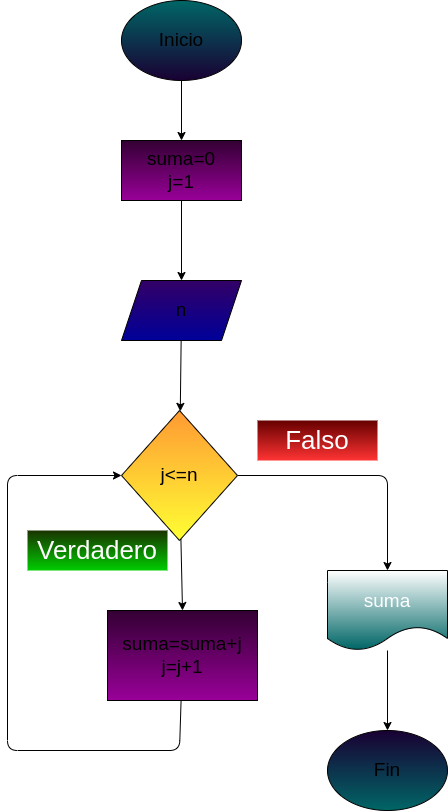
This is ejercicio4_nmultiplos5/diagrama.png from juanomanino/cliclo_while_python, a draw.io export, as it was before one commit. Source tidied: cells renumbered, new cells last; positions are measured from the earlier drawing's top-left corner, leaving out a move shared by most shapes. Its diagram source:
```xml
<mxGraphModel>
  <root>
    <mxCell id="0" />
    <mxCell id="1" parent="0" />
    <mxCell id="2" style="edgeStyle=none;html=1;fontSize=19;" parent="1" edge="1" source="3" target="6">
      <mxGeometry relative="1" as="geometry" />
    </mxCell>
    <mxCell id="3" value="Inicio" style="ellipse;whiteSpace=wrap;html=1;fontSize=19;gradientColor=#190033;fillColor=#006666;" parent="1" vertex="1">
      <mxGeometry x="114" width="120" height="80" as="geometry" />
    </mxCell>
    <mxCell id="4" value="Fin" style="ellipse;whiteSpace=wrap;html=1;fontSize=19;gradientColor=#006666;fillColor=#190033;" parent="1" vertex="1">
      <mxGeometry x="320" y="730" width="120" height="80" as="geometry" />
    </mxCell>
    <mxCell id="5" style="edgeStyle=none;html=1;fontSize=19;" parent="1" edge="1" source="6" target="8">
      <mxGeometry relative="1" as="geometry" />
    </mxCell>
    <mxCell id="6" value="suma=0&lt;br&gt;j=1" style="rounded=0;whiteSpace=wrap;html=1;fontSize=19;fillColor=#330033;gradientColor=#990099;" parent="1" vertex="1">
      <mxGeometry x="114" y="140" width="120" height="60" as="geometry" />
    </mxCell>
    <mxCell id="7" style="edgeStyle=none;html=1;fontSize=19;" parent="1" edge="1" source="8" target="11">
      <mxGeometry relative="1" as="geometry" />
    </mxCell>
    <mxCell id="8" value="n" style="shape=parallelogram;perimeter=parallelogramPerimeter;whiteSpace=wrap;html=1;fixedSize=1;fontSize=19;fillColor=#330066;rounded=0;gradientColor=#000099;" parent="1" vertex="1">
      <mxGeometry x="114" y="280" width="120" height="60" as="geometry" />
    </mxCell>
    <mxCell id="9" style="edgeStyle=none;html=1;entryX=0.5;entryY=0;entryDx=0;entryDy=0;fontSize=19;fontColor=#000000;" parent="1" edge="1" source="11" target="13">
      <mxGeometry relative="1" as="geometry" />
    </mxCell>
    <mxCell id="10" style="edgeStyle=none;html=1;fontSize=19;fontColor=#000000;entryX=0.5;entryY=0;entryDx=0;entryDy=0;" parent="1" edge="1" source="11" target="16">
      <mxGeometry relative="1" as="geometry">
        <Array as="points">
          <mxPoint x="380" y="475" />
        </Array>
      </mxGeometry>
    </mxCell>
    <mxCell id="11" value="&lt;font color=&quot;#000000&quot;&gt;j&amp;lt;=n&lt;/font&gt;" style="rhombus;whiteSpace=wrap;html=1;fontSize=19;fillColor=#FF9933;rounded=0;gradientColor=#FFFF33;" parent="1" vertex="1">
      <mxGeometry x="114" y="410" width="116" height="130" as="geometry" />
    </mxCell>
    <mxCell id="12" style="edgeStyle=none;html=1;fontSize=19;fontColor=#000000;entryX=0;entryY=0.5;entryDx=0;entryDy=0;" parent="1" edge="1" source="13" target="11">
      <mxGeometry relative="1" as="geometry">
        <Array as="points">
          <mxPoint x="172" y="750" />
          <mxPoint y="750" />
          <mxPoint y="475" />
        </Array>
      </mxGeometry>
    </mxCell>
    <mxCell id="13" value="suma=suma+j&lt;br&gt;j=j+1" style="rounded=0;whiteSpace=wrap;html=1;fontSize=19;fillColor=#330033;gradientColor=#990099;" parent="1" vertex="1">
      <mxGeometry x="100" y="610" width="150" height="90" as="geometry" />
    </mxCell>
    <mxCell id="14" value="&lt;font color=&quot;#ffffff&quot; style=&quot;font-size: 26px&quot;&gt;Falso&lt;/font&gt;" style="text;html=1;strokeColor=none;fillColor=#660000;align=center;verticalAlign=middle;whiteSpace=wrap;rounded=0;fontSize=19;fontColor=#000000;gradientColor=#FF3333;" parent="1" vertex="1">
      <mxGeometry x="250" y="420" width="120" height="40" as="geometry" />
    </mxCell>
    <mxCell id="15" style="edgeStyle=none;html=1;entryX=0.5;entryY=0;entryDx=0;entryDy=0;fontSize=19;fontColor=#FFFFFF;" parent="1" edge="1" source="16" target="4">
      <mxGeometry relative="1" as="geometry" />
    </mxCell>
    <mxCell id="16" value="&lt;font style=&quot;font-size: 19px&quot;&gt;suma&lt;/font&gt;" style="shape=document;whiteSpace=wrap;html=1;boundedLbl=1;fontSize=26;fontColor=#FFFFFF;fillColor=default;gradientColor=#006666;strokeColor=default;" parent="1" vertex="1">
      <mxGeometry x="320" y="570" width="120" height="80" as="geometry" />
    </mxCell>
    <mxCell id="17" value="&lt;font color=&quot;#ffffff&quot; style=&quot;font-size: 26px&quot;&gt;Verdadero&lt;/font&gt;" style="text;html=1;strokeColor=none;fillColor=#1A3300;align=center;verticalAlign=middle;whiteSpace=wrap;rounded=0;fontSize=19;fontColor=#000000;gradientColor=#00CC00;" parent="1" vertex="1">
      <mxGeometry x="20" y="530" width="140" height="40" as="geometry" />
    </mxCell>
  </root>
</mxGraphModel>
```
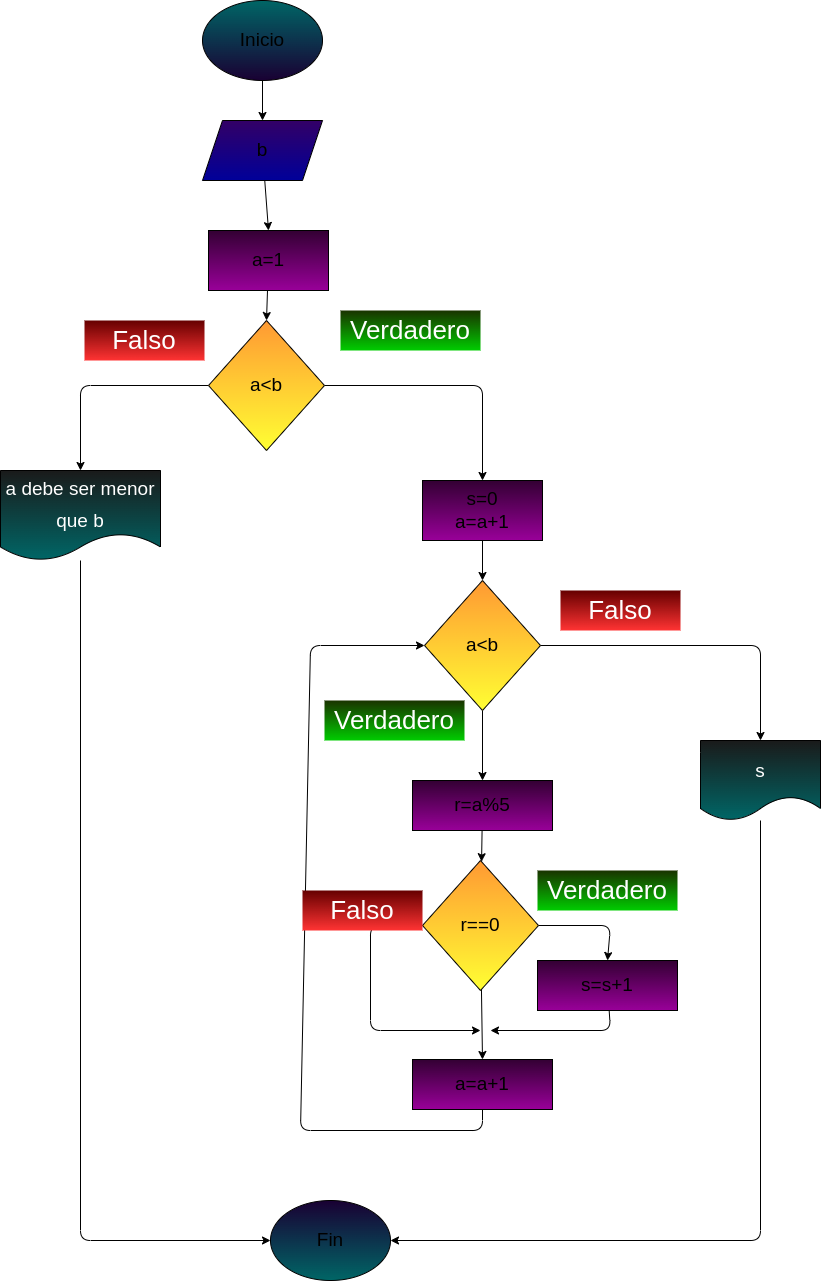
After the commit.

Diff of the diagram source:
```diff
@@ -2,26 +2,25 @@
   <root>
     <mxCell id="0" />
     <mxCell id="1" parent="0" />
-    <mxCell id="2" style="edgeStyle=none;html=1;fontSize=19;" parent="1" edge="1" source="3" target="6">
-      <mxGeometry relative="1" as="geometry" />
-    </mxCell>
+    <mxCell id="18" style="edgeStyle=none;html=1;entryX=0.5;entryY=0;entryDx=0;entryDy=0;" parent="1" edge="1" source="3" target="8">
+      <mxGeometry relative="1" as="geometry" />
+    </mxCell>
     <mxCell id="3" value="Inicio" style="ellipse;whiteSpace=wrap;html=1;fontSize=19;gradientColor=#190033;fillColor=#006666;" parent="1" vertex="1">
-      <mxGeometry x="114" width="120" height="80" as="geometry" />
+      <mxGeometry x="112" y="-50" width="120" height="80" as="geometry" />
     </mxCell>
     <mxCell id="4" value="Fin" style="ellipse;whiteSpace=wrap;html=1;fontSize=19;gradientColor=#006666;fillColor=#190033;" parent="1" vertex="1">
-      <mxGeometry x="320" y="730" width="120" height="80" as="geometry" />
+      <mxGeometry x="180" y="1150" width="120" height="80" as="geometry" />
     </mxCell>
-    <mxCell id="5" style="edgeStyle=none;html=1;fontSize=19;" parent="1" edge="1" source="6" target="8">
-      <mxGeometry relative="1" as="geometry" />
-    </mxCell>
-    <mxCell id="6" value="suma=0&lt;br&gt;j=1" style="rounded=0;whiteSpace=wrap;html=1;fontSize=19;fillColor=#330033;gradientColor=#990099;" parent="1" vertex="1">
-      <mxGeometry x="114" y="140" width="120" height="60" as="geometry" />
-    </mxCell>
-    <mxCell id="7" style="edgeStyle=none;html=1;fontSize=19;" parent="1" edge="1" source="8" target="11">
-      <mxGeometry relative="1" as="geometry" />
-    </mxCell>
+    <mxCell id="19" style="edgeStyle=none;html=1;startArrow=none;" parent="1" edge="1" source="41">
+      <mxGeometry relative="1" as="geometry">
+        <mxPoint x="175.2" y="221.4" as="targetPoint" />
+      </mxGeometry>
+    </mxCell>
+    <mxCell id="20" style="edgeStyle=none;html=1;entryX=0.5;entryY=0;entryDx=0;entryDy=0;" parent="1" edge="1" source="8" target="41">
+      <mxGeometry relative="1" as="geometry" />
+    </mxCell>
-    <mxCell id="8" value="n" style="shape=parallelogram;perimeter=parallelogramPerimeter;whiteSpace=wrap;html=1;fixedSize=1;fontSize=19;fillColor=#330066;rounded=0;gradientColor=#000099;" parent="1" vertex="1">
-      <mxGeometry x="114" y="280" width="120" height="60" as="geometry" />
+    <mxCell id="8" value="b" style="shape=parallelogram;perimeter=parallelogramPerimeter;whiteSpace=wrap;html=1;fixedSize=1;fontSize=19;fillColor=#330066;rounded=0;gradientColor=#000099;" parent="1" vertex="1">
+      <mxGeometry x="112" y="70" width="120" height="60" as="geometry" />
     </mxCell>
     <mxCell id="9" style="edgeStyle=none;html=1;entryX=0.5;entryY=0;entryDx=0;entryDy=0;fontSize=19;fontColor=#000000;" parent="1" edge="1" source="11" target="13">
       <mxGeometry relative="1" as="geometry" />
@@ -29,36 +28,130 @@
     <mxCell id="10" style="edgeStyle=none;html=1;fontSize=19;fontColor=#000000;entryX=0.5;entryY=0;entryDx=0;entryDy=0;" parent="1" edge="1" source="11" target="16">
       <mxGeometry relative="1" as="geometry">
         <Array as="points">
-          <mxPoint x="380" y="475" />
+          <mxPoint x="670" y="595" />
         </Array>
       </mxGeometry>
     </mxCell>
-    <mxCell id="11" value="&lt;font color=&quot;#000000&quot;&gt;j&amp;lt;=n&lt;/font&gt;" style="rhombus;whiteSpace=wrap;html=1;fontSize=19;fillColor=#FF9933;rounded=0;gradientColor=#FFFF33;" parent="1" vertex="1">
-      <mxGeometry x="114" y="410" width="116" height="130" as="geometry" />
+    <mxCell id="11" value="&lt;font color=&quot;#000000&quot;&gt;a&amp;lt;b&lt;/font&gt;" style="rhombus;whiteSpace=wrap;html=1;fontSize=19;fillColor=#FF9933;rounded=0;gradientColor=#FFFF33;" parent="1" vertex="1">
+      <mxGeometry x="334" y="530" width="116" height="130" as="geometry" />
     </mxCell>
-    <mxCell id="12" style="edgeStyle=none;html=1;fontSize=19;fontColor=#000000;entryX=0;entryY=0.5;entryDx=0;entryDy=0;" parent="1" edge="1" source="13" target="11">
+    <mxCell id="12" style="edgeStyle=none;html=1;fontSize=19;fontColor=#000000;entryX=0;entryY=0.5;entryDx=0;entryDy=0;exitX=0.5;exitY=1;exitDx=0;exitDy=0;" parent="1" edge="1" source="35" target="11">
       <mxGeometry relative="1" as="geometry">
         <Array as="points">
-          <mxPoint x="172" y="750" />
-          <mxPoint y="750" />
-          <mxPoint y="475" />
+          <mxPoint x="392" y="1080" />
+          <mxPoint x="210" y="1080" />
+          <mxPoint x="220" y="595" />
         </Array>
       </mxGeometry>
     </mxCell>
+    <mxCell id="21" style="edgeStyle=none;html=1;" parent="1" edge="1" source="13" target="34">
+      <mxGeometry relative="1" as="geometry" />
+    </mxCell>
-    <mxCell id="13" value="suma=suma+j&lt;br&gt;j=j+1" style="rounded=0;whiteSpace=wrap;html=1;fontSize=19;fillColor=#330033;gradientColor=#990099;" parent="1" vertex="1">
-      <mxGeometry x="100" y="610" width="150" height="90" as="geometry" />
+    <mxCell id="13" value="r=a%5" style="rounded=0;whiteSpace=wrap;html=1;fontSize=19;fillColor=#330033;gradientColor=#990099;" parent="1" vertex="1">
+      <mxGeometry x="322" y="730" width="140" height="50" as="geometry" />
     </mxCell>
     <mxCell id="14" value="&lt;font color=&quot;#ffffff&quot; style=&quot;font-size: 26px&quot;&gt;Falso&lt;/font&gt;" style="text;html=1;strokeColor=none;fillColor=#660000;align=center;verticalAlign=middle;whiteSpace=wrap;rounded=0;fontSize=19;fontColor=#000000;gradientColor=#FF3333;" parent="1" vertex="1">
-      <mxGeometry x="250" y="420" width="120" height="40" as="geometry" />
+      <mxGeometry x="470" y="540" width="120" height="40" as="geometry" />
     </mxCell>
-    <mxCell id="15" style="edgeStyle=none;html=1;entryX=0.5;entryY=0;entryDx=0;entryDy=0;fontSize=19;fontColor=#FFFFFF;" parent="1" edge="1" source="16" target="4">
-      <mxGeometry relative="1" as="geometry" />
+    <mxCell id="15" style="edgeStyle=none;html=1;entryX=1;entryY=0.5;entryDx=0;entryDy=0;fontSize=19;fontColor=#FFFFFF;" parent="1" edge="1" source="16" target="4">
+      <mxGeometry relative="1" as="geometry">
+        <Array as="points">
+          <mxPoint x="670" y="1190" />
+        </Array>
+      </mxGeometry>
     </mxCell>
-    <mxCell id="16" value="&lt;font style=&quot;font-size: 19px&quot;&gt;suma&lt;/font&gt;" style="shape=document;whiteSpace=wrap;html=1;boundedLbl=1;fontSize=26;fontColor=#FFFFFF;fillColor=default;gradientColor=#006666;strokeColor=default;" parent="1" vertex="1">
-      <mxGeometry x="320" y="570" width="120" height="80" as="geometry" />
+    <mxCell id="16" value="&lt;font style=&quot;font-size: 19px&quot;&gt;s&lt;/font&gt;" style="shape=document;whiteSpace=wrap;html=1;boundedLbl=1;fontSize=26;fontColor=#FFFFFF;fillColor=#1A1A1A;gradientColor=#006666;strokeColor=default;" parent="1" vertex="1">
+      <mxGeometry x="610" y="690" width="120" height="80" as="geometry" />
     </mxCell>
     <mxCell id="17" value="&lt;font color=&quot;#ffffff&quot; style=&quot;font-size: 26px&quot;&gt;Verdadero&lt;/font&gt;" style="text;html=1;strokeColor=none;fillColor=#1A3300;align=center;verticalAlign=middle;whiteSpace=wrap;rounded=0;fontSize=19;fontColor=#000000;gradientColor=#00CC00;" parent="1" vertex="1">
-      <mxGeometry x="20" y="530" width="140" height="40" as="geometry" />
+      <mxGeometry x="234" y="650" width="140" height="40" as="geometry" />
     </mxCell>
+    <mxCell id="22" style="edgeStyle=none;html=1;entryX=0.5;entryY=0;entryDx=0;entryDy=0;" parent="1" edge="1" source="24" target="28">
+      <mxGeometry relative="1" as="geometry">
+        <Array as="points">
+          <mxPoint x="-10" y="335" />
+        </Array>
+      </mxGeometry>
+    </mxCell>
+    <mxCell id="23" style="edgeStyle=none;html=1;entryX=0.5;entryY=0;entryDx=0;entryDy=0;" parent="1" edge="1" source="24" target="30">
+      <mxGeometry relative="1" as="geometry">
+        <Array as="points">
+          <mxPoint x="392" y="335" />
+        </Array>
+      </mxGeometry>
+    </mxCell>
+    <mxCell id="24" value="&lt;font color=&quot;#000000&quot;&gt;a&amp;lt;b&lt;/font&gt;" style="rhombus;whiteSpace=wrap;html=1;fontSize=19;fillColor=#FF9933;rounded=0;gradientColor=#FFFF33;" parent="1" vertex="1">
+      <mxGeometry x="118" y="270" width="116" height="130" as="geometry" />
+    </mxCell>
+    <mxCell id="25" value="&lt;font color=&quot;#ffffff&quot; style=&quot;font-size: 26px&quot;&gt;Falso&lt;/font&gt;" style="text;html=1;strokeColor=none;fillColor=#660000;align=center;verticalAlign=middle;whiteSpace=wrap;rounded=0;fontSize=19;fontColor=#000000;gradientColor=#FF3333;" parent="1" vertex="1">
+      <mxGeometry x="-6" y="270" width="120" height="40" as="geometry" />
+    </mxCell>
+    <mxCell id="26" value="&lt;font color=&quot;#ffffff&quot; style=&quot;font-size: 26px&quot;&gt;Verdadero&lt;/font&gt;" style="text;html=1;strokeColor=none;fillColor=#1A3300;align=center;verticalAlign=middle;whiteSpace=wrap;rounded=0;fontSize=19;fontColor=#000000;gradientColor=#00CC00;" parent="1" vertex="1">
+      <mxGeometry x="250" y="260" width="140" height="40" as="geometry" />
+    </mxCell>
+    <mxCell id="27" style="edgeStyle=none;html=1;entryX=0;entryY=0.5;entryDx=0;entryDy=0;" parent="1" edge="1" source="28" target="4">
+      <mxGeometry relative="1" as="geometry">
+        <Array as="points">
+          <mxPoint x="-10" y="1190" />
+        </Array>
+      </mxGeometry>
+    </mxCell>
+    <mxCell id="28" value="&lt;font style=&quot;font-size: 19px&quot;&gt;a debe ser menor que b&lt;/font&gt;" style="shape=document;whiteSpace=wrap;html=1;boundedLbl=1;fontSize=26;fontColor=#FFFFFF;fillColor=#1A1A1A;gradientColor=#006666;strokeColor=default;" parent="1" vertex="1">
+      <mxGeometry x="-90" y="420" width="160" height="90" as="geometry" />
+    </mxCell>
+    <mxCell id="29" style="edgeStyle=none;html=1;" parent="1" edge="1" source="30" target="11">
+      <mxGeometry relative="1" as="geometry" />
+    </mxCell>
+    <mxCell id="30" value="s=0&lt;br&gt;a=a+1" style="rounded=0;whiteSpace=wrap;html=1;fontSize=19;fillColor=#330033;gradientColor=#990099;" parent="1" vertex="1">
+      <mxGeometry x="332" y="430" width="120" height="60" as="geometry" />
+    </mxCell>
+    <mxCell id="31" style="edgeStyle=none;html=1;entryX=0.5;entryY=0;entryDx=0;entryDy=0;" parent="1" edge="1" source="34" target="35">
+      <mxGeometry relative="1" as="geometry" />
+    </mxCell>
+    <mxCell id="32" style="edgeStyle=none;html=1;" parent="1" edge="1" source="34">
+      <mxGeometry relative="1" as="geometry">
+        <mxPoint x="390" y="980" as="targetPoint" />
+        <Array as="points">
+          <mxPoint x="280" y="875" />
+          <mxPoint x="280" y="980" />
+        </Array>
+      </mxGeometry>
+    </mxCell>
+    <mxCell id="33" style="edgeStyle=none;html=1;entryX=0.5;entryY=0;entryDx=0;entryDy=0;" parent="1" edge="1" source="34" target="37">
+      <mxGeometry relative="1" as="geometry">
+        <Array as="points">
+          <mxPoint x="520" y="875" />
+        </Array>
+      </mxGeometry>
+    </mxCell>
+    <mxCell id="34" value="&lt;font color=&quot;#000000&quot;&gt;r==0&lt;/font&gt;" style="rhombus;whiteSpace=wrap;html=1;fontSize=19;fillColor=#FF9933;rounded=0;gradientColor=#FFFF33;" parent="1" vertex="1">
+      <mxGeometry x="332" y="810" width="116" height="130" as="geometry" />
+    </mxCell>
+    <mxCell id="35" value="a=a+1" style="rounded=0;whiteSpace=wrap;html=1;fontSize=19;fillColor=#330033;gradientColor=#990099;" parent="1" vertex="1">
+      <mxGeometry x="322" y="1009" width="140" height="50" as="geometry" />
+    </mxCell>
+    <mxCell id="36" style="edgeStyle=none;html=1;" parent="1" edge="1" source="37">
+      <mxGeometry relative="1" as="geometry">
+        <mxPoint x="400" y="980" as="targetPoint" />
+        <Array as="points">
+          <mxPoint x="520" y="980" />
+        </Array>
+      </mxGeometry>
+    </mxCell>
+    <mxCell id="37" value="s=s+1" style="rounded=0;whiteSpace=wrap;html=1;fontSize=19;fillColor=#330033;gradientColor=#990099;" parent="1" vertex="1">
+      <mxGeometry x="447" y="910" width="140" height="50" as="geometry" />
+    </mxCell>
+    <mxCell id="38" value="&lt;font color=&quot;#ffffff&quot; style=&quot;font-size: 26px&quot;&gt;Verdadero&lt;/font&gt;" style="text;html=1;strokeColor=none;fillColor=#1A3300;align=center;verticalAlign=middle;whiteSpace=wrap;rounded=0;fontSize=19;fontColor=#000000;gradientColor=#00CC00;" parent="1" vertex="1">
+      <mxGeometry x="447" y="820" width="140" height="40" as="geometry" />
+    </mxCell>
+    <mxCell id="39" value="&lt;font color=&quot;#ffffff&quot; style=&quot;font-size: 26px&quot;&gt;Falso&lt;/font&gt;" style="text;html=1;strokeColor=none;fillColor=#660000;align=center;verticalAlign=middle;whiteSpace=wrap;rounded=0;fontSize=19;fontColor=#000000;gradientColor=#FF3333;" parent="1" vertex="1">
+      <mxGeometry x="212" y="840" width="120" height="40" as="geometry" />
+    </mxCell>
+    <mxCell id="40" style="edgeStyle=none;html=1;entryX=0.5;entryY=0;entryDx=0;entryDy=0;" parent="1" edge="1" source="41" target="24">
+      <mxGeometry relative="1" as="geometry" />
+    </mxCell>
+    <mxCell id="41" value="a=1" style="rounded=0;whiteSpace=wrap;html=1;fontSize=19;fillColor=#330033;gradientColor=#990099;" parent="1" vertex="1">
+      <mxGeometry x="118" y="180" width="120" height="60" as="geometry" />
+    </mxCell>
   </root>
 </mxGraphModel>
```
